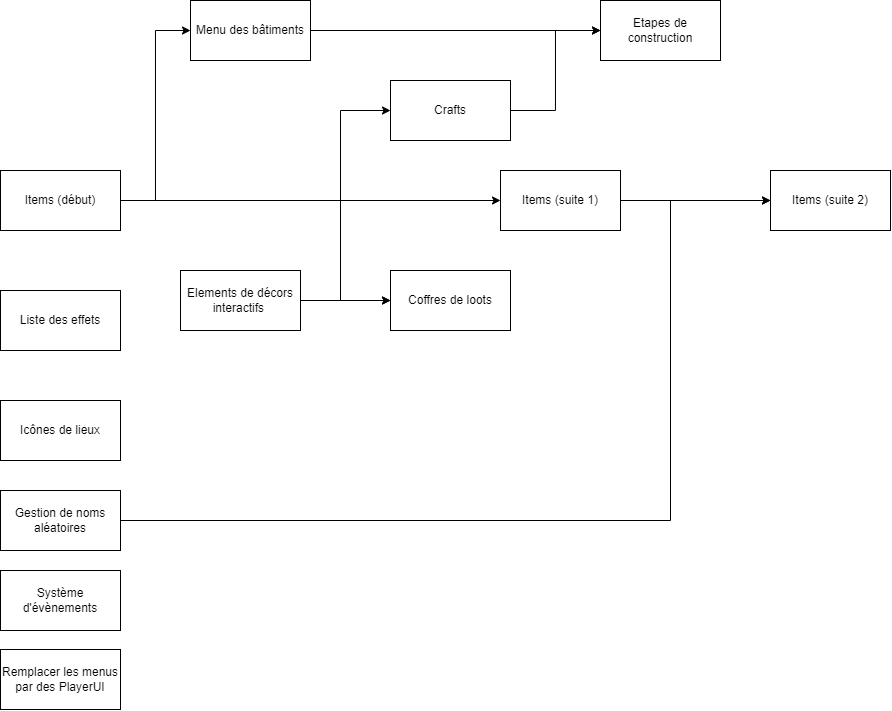
Before: todo_graph.png, a diagram exported from draw.io (Alexiscomete/A-Discord-Adventure). Source tidied: cells renumbered, new cells last; positions are measured from the earlier drawing's top-left corner, leaving out a move shared by most shapes. Source of this version:
```xml
<mxGraphModel>
  <root>
    <mxCell id="0" />
    <mxCell id="1" parent="0" />
    <mxCell id="2" style="edgeStyle=orthogonalEdgeStyle;rounded=0;jettySize=auto;html=1;exitX=1;exitY=0.5;exitDx=0;exitDy=0;entryX=0;entryY=0.5;entryDx=0;entryDy=0;" parent="1" edge="1" source="3" target="19">
      <mxGeometry relative="1" as="geometry" />
    </mxCell>
    <mxCell id="3" value="Menu des bâtiments" style="whiteSpace=wrap;html=1;" parent="1" vertex="1">
      <mxGeometry x="190" width="120" height="60" as="geometry" />
    </mxCell>
    <mxCell id="4" style="edgeStyle=orthogonalEdgeStyle;rounded=0;jettySize=auto;html=1;exitX=1;exitY=0.5;exitDx=0;exitDy=0;entryX=0;entryY=0.5;entryDx=0;entryDy=0;" parent="1" edge="1" source="8" target="3">
      <mxGeometry relative="1" as="geometry" />
    </mxCell>
    <mxCell id="5" style="edgeStyle=orthogonalEdgeStyle;rounded=0;jettySize=auto;html=1;exitX=1;exitY=0.5;exitDx=0;exitDy=0;entryX=0;entryY=0.5;entryDx=0;entryDy=0;" parent="1" edge="1" source="8" target="12">
      <mxGeometry relative="1" as="geometry">
        <Array as="points">
          <mxPoint x="340" y="200" />
          <mxPoint x="340" y="300" />
        </Array>
      </mxGeometry>
    </mxCell>
    <mxCell id="6" style="edgeStyle=orthogonalEdgeStyle;rounded=0;jettySize=auto;html=1;exitX=1;exitY=0.5;exitDx=0;exitDy=0;" parent="1" edge="1" source="8" target="14">
      <mxGeometry relative="1" as="geometry" />
    </mxCell>
    <mxCell id="7" style="edgeStyle=orthogonalEdgeStyle;rounded=0;jettySize=auto;html=1;exitX=1;exitY=0.5;exitDx=0;exitDy=0;entryX=0;entryY=0.5;entryDx=0;entryDy=0;" parent="1" edge="1" source="8" target="18">
      <mxGeometry relative="1" as="geometry">
        <Array as="points">
          <mxPoint x="340" y="200" />
          <mxPoint x="340" y="110" />
        </Array>
      </mxGeometry>
    </mxCell>
    <mxCell id="8" value="Items (début)" style="whiteSpace=wrap;html=1;" parent="1" vertex="1">
      <mxGeometry y="170" width="120" height="60" as="geometry" />
    </mxCell>
    <mxCell id="9" value="Icônes de lieux" style="whiteSpace=wrap;html=1;" parent="1" vertex="1">
      <mxGeometry y="400" width="120" height="60" as="geometry" />
    </mxCell>
    <mxCell id="10" style="edgeStyle=orthogonalEdgeStyle;rounded=0;jettySize=auto;html=1;exitX=1;exitY=0.5;exitDx=0;exitDy=0;" parent="1" edge="1" source="11" target="12">
      <mxGeometry relative="1" as="geometry" />
    </mxCell>
    <mxCell id="11" value="Elements de décors interactifs&amp;nbsp;" style="whiteSpace=wrap;html=1;" parent="1" vertex="1">
      <mxGeometry x="180" y="270" width="120" height="60" as="geometry" />
    </mxCell>
    <mxCell id="12" value="Coffres de loots" style="whiteSpace=wrap;html=1;" parent="1" vertex="1">
      <mxGeometry x="390" y="270" width="120" height="60" as="geometry" />
    </mxCell>
    <mxCell id="13" style="edgeStyle=orthogonalEdgeStyle;rounded=0;jettySize=auto;html=1;exitX=1;exitY=0.5;exitDx=0;exitDy=0;" parent="1" edge="1" source="14" target="22">
      <mxGeometry relative="1" as="geometry" />
    </mxCell>
    <mxCell id="14" value="Items (suite 1)" style="whiteSpace=wrap;html=1;" parent="1" vertex="1">
      <mxGeometry x="500" y="170" width="120" height="60" as="geometry" />
    </mxCell>
    <mxCell id="15" value="Liste des effets" style="whiteSpace=wrap;html=1;" parent="1" vertex="1">
      <mxGeometry y="290" width="120" height="60" as="geometry" />
    </mxCell>
    <mxCell id="16" value="Système d'évènements" style="whiteSpace=wrap;html=1;" parent="1" vertex="1">
      <mxGeometry y="570" width="120" height="60" as="geometry" />
    </mxCell>
    <mxCell id="17" style="edgeStyle=orthogonalEdgeStyle;rounded=0;jettySize=auto;html=1;exitX=1;exitY=0.5;exitDx=0;exitDy=0;entryX=0;entryY=0.5;entryDx=0;entryDy=0;" parent="1" edge="1" source="18" target="19">
      <mxGeometry relative="1" as="geometry" />
    </mxCell>
    <mxCell id="18" value="Crafts" style="whiteSpace=wrap;html=1;" parent="1" vertex="1">
      <mxGeometry x="390" y="80" width="120" height="60" as="geometry" />
    </mxCell>
    <mxCell id="19" value="Etapes de construction" style="whiteSpace=wrap;html=1;" parent="1" vertex="1">
      <mxGeometry x="600" width="120" height="60" as="geometry" />
    </mxCell>
    <mxCell id="20" style="edgeStyle=orthogonalEdgeStyle;rounded=0;jettySize=auto;html=1;exitX=1;exitY=0.5;exitDx=0;exitDy=0;entryX=0;entryY=0.5;entryDx=0;entryDy=0;" parent="1" edge="1" source="21" target="22">
      <mxGeometry relative="1" as="geometry">
        <Array as="points">
          <mxPoint x="670" y="520" />
          <mxPoint x="670" y="200" />
        </Array>
      </mxGeometry>
    </mxCell>
    <mxCell id="21" value="Gestion de noms aléatoires" style="whiteSpace=wrap;html=1;" parent="1" vertex="1">
      <mxGeometry y="490" width="120" height="60" as="geometry" />
    </mxCell>
    <mxCell id="22" value="Items (suite 2)" style="whiteSpace=wrap;html=1;" parent="1" vertex="1">
      <mxGeometry x="770" y="170" width="120" height="60" as="geometry" />
    </mxCell>
    <mxCell id="23" value="Remplacer les menus par des PlayerUI" style="whiteSpace=wrap;html=1;" parent="1" vertex="1">
      <mxGeometry y="649" width="120" height="60" as="geometry" />
    </mxCell>
  </root>
</mxGraphModel>
```
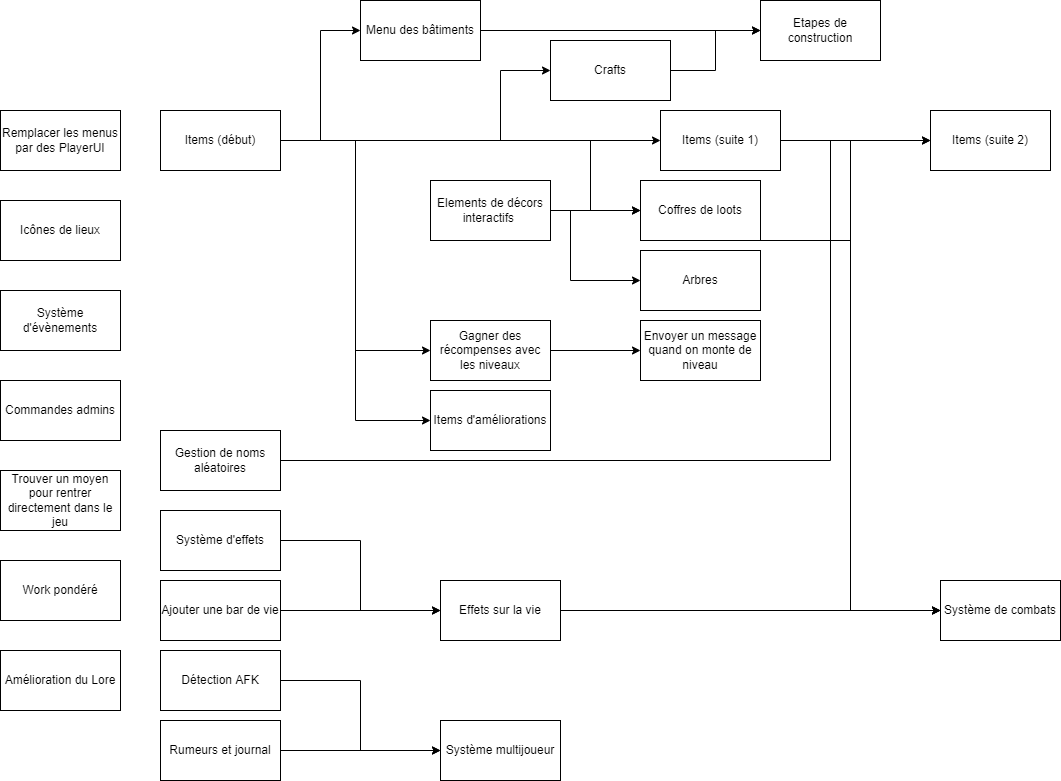
The same file after the commit.

Change to the diagram source:
```diff
@@ -6,7 +6,7 @@
       <mxGeometry relative="1" as="geometry" />
     </mxCell>
     <mxCell id="3" value="Menu des bâtiments" style="whiteSpace=wrap;html=1;" parent="1" vertex="1">
-      <mxGeometry x="190" width="120" height="60" as="geometry" />
+      <mxGeometry x="200" y="60" width="120" height="60" as="geometry" />
     </mxCell>
     <mxCell id="4" style="edgeStyle=orthogonalEdgeStyle;rounded=0;jettySize=auto;html=1;exitX=1;exitY=0.5;exitDx=0;exitDy=0;entryX=0;entryY=0.5;entryDx=0;entryDy=0;" parent="1" edge="1" source="8" target="3">
       <mxGeometry relative="1" as="geometry" />
@@ -14,8 +14,8 @@
     <mxCell id="5" style="edgeStyle=orthogonalEdgeStyle;rounded=0;jettySize=auto;html=1;exitX=1;exitY=0.5;exitDx=0;exitDy=0;entryX=0;entryY=0.5;entryDx=0;entryDy=0;" parent="1" edge="1" source="8" target="12">
       <mxGeometry relative="1" as="geometry">
         <Array as="points">
-          <mxPoint x="340" y="200" />
-          <mxPoint x="340" y="300" />
+          <mxPoint x="430" y="200" />
+          <mxPoint x="430" y="270" />
         </Array>
       </mxGeometry>
     </mxCell>
@@ -26,45 +26,79 @@
       <mxGeometry relative="1" as="geometry">
         <Array as="points">
           <mxPoint x="340" y="200" />
-          <mxPoint x="340" y="110" />
+          <mxPoint x="340" y="130" />
         </Array>
       </mxGeometry>
     </mxCell>
+    <mxCell id="24" style="edgeStyle=orthogonalEdgeStyle;rounded=0;jettySize=auto;html=1;exitX=1;exitY=0.5;exitDx=0;exitDy=0;entryX=0;entryY=0.5;entryDx=0;entryDy=0;" parent="1" edge="1" source="8" target="35">
+      <mxGeometry relative="1" as="geometry" />
+    </mxCell>
+    <mxCell id="25" style="edgeStyle=orthogonalEdgeStyle;rounded=0;jettySize=auto;html=1;exitX=1;exitY=0.5;exitDx=0;exitDy=0;entryX=0;entryY=0.5;entryDx=0;entryDy=0;" parent="1" edge="1" source="8" target="40">
+      <mxGeometry relative="1" as="geometry" />
+    </mxCell>
     <mxCell id="8" value="Items (début)" style="whiteSpace=wrap;html=1;" parent="1" vertex="1">
       <mxGeometry y="170" width="120" height="60" as="geometry" />
     </mxCell>
     <mxCell id="9" value="Icônes de lieux" style="whiteSpace=wrap;html=1;" parent="1" vertex="1">
-      <mxGeometry y="400" width="120" height="60" as="geometry" />
+      <mxGeometry x="-160" y="260" width="120" height="60" as="geometry" />
     </mxCell>
     <mxCell id="10" style="edgeStyle=orthogonalEdgeStyle;rounded=0;jettySize=auto;html=1;exitX=1;exitY=0.5;exitDx=0;exitDy=0;" parent="1" edge="1" source="11" target="12">
       <mxGeometry relative="1" as="geometry" />
     </mxCell>
+    <mxCell id="26" style="edgeStyle=orthogonalEdgeStyle;rounded=0;jettySize=auto;html=1;exitX=1;exitY=0.5;exitDx=0;exitDy=0;entryX=0;entryY=0.5;entryDx=0;entryDy=0;" parent="1" edge="1" source="11" target="46">
+      <mxGeometry relative="1" as="geometry">
+        <Array as="points">
+          <mxPoint x="410" y="270" />
+          <mxPoint x="410" y="340" />
+        </Array>
+      </mxGeometry>
+    </mxCell>
     <mxCell id="11" value="Elements de décors interactifs&amp;nbsp;" style="whiteSpace=wrap;html=1;" parent="1" vertex="1">
-      <mxGeometry x="180" y="270" width="120" height="60" as="geometry" />
+      <mxGeometry x="270" y="240" width="120" height="60" as="geometry" />
     </mxCell>
+    <mxCell id="27" style="edgeStyle=orthogonalEdgeStyle;rounded=0;jettySize=auto;html=1;exitX=1;exitY=0.5;exitDx=0;exitDy=0;entryX=0;entryY=0.5;entryDx=0;entryDy=0;" parent="1" edge="1" source="12" target="39">
+      <mxGeometry relative="1" as="geometry">
+        <Array as="points">
+          <mxPoint x="600" y="300" />
+          <mxPoint x="690" y="300" />
+          <mxPoint x="690" y="670" />
+        </Array>
+      </mxGeometry>
+    </mxCell>
     <mxCell id="12" value="Coffres de loots" style="whiteSpace=wrap;html=1;" parent="1" vertex="1">
-      <mxGeometry x="390" y="270" width="120" height="60" as="geometry" />
+      <mxGeometry x="480" y="240" width="120" height="60" as="geometry" />
     </mxCell>
     <mxCell id="13" style="edgeStyle=orthogonalEdgeStyle;rounded=0;jettySize=auto;html=1;exitX=1;exitY=0.5;exitDx=0;exitDy=0;" parent="1" edge="1" source="14" target="22">
       <mxGeometry relative="1" as="geometry" />
     </mxCell>
+    <mxCell id="28" style="edgeStyle=orthogonalEdgeStyle;rounded=0;jettySize=auto;html=1;exitX=1;exitY=0.5;exitDx=0;exitDy=0;entryX=0;entryY=0.5;entryDx=0;entryDy=0;" parent="1" edge="1" source="14" target="39">
+      <mxGeometry relative="1" as="geometry">
+        <Array as="points">
+          <mxPoint x="690" y="200" />
+          <mxPoint x="690" y="670" />
+        </Array>
+      </mxGeometry>
+    </mxCell>
     <mxCell id="14" value="Items (suite 1)" style="whiteSpace=wrap;html=1;" parent="1" vertex="1">
       <mxGeometry x="500" y="170" width="120" height="60" as="geometry" />
     </mxCell>
+    <mxCell id="29" style="edgeStyle=orthogonalEdgeStyle;rounded=0;jettySize=auto;html=1;exitX=1;exitY=0.5;exitDx=0;exitDy=0;entryX=0;entryY=0.5;entryDx=0;entryDy=0;" parent="1" edge="1" source="15" target="33">
+      <mxGeometry relative="1" as="geometry" />
+    </mxCell>
-    <mxCell id="15" value="Liste des effets" style="whiteSpace=wrap;html=1;" parent="1" vertex="1">
-      <mxGeometry y="290" width="120" height="60" as="geometry" />
+    <mxCell id="15" value="Système d'effets" style="whiteSpace=wrap;html=1;" parent="1" vertex="1">
+      <mxGeometry y="570" width="120" height="60" as="geometry" />
     </mxCell>
     <mxCell id="16" value="Système d'évènements" style="whiteSpace=wrap;html=1;" parent="1" vertex="1">
-      <mxGeometry y="570" width="120" height="60" as="geometry" />
+      <mxGeometry x="-160" y="350" width="120" height="60" as="geometry" />
     </mxCell>
     <mxCell id="17" style="edgeStyle=orthogonalEdgeStyle;rounded=0;jettySize=auto;html=1;exitX=1;exitY=0.5;exitDx=0;exitDy=0;entryX=0;entryY=0.5;entryDx=0;entryDy=0;" parent="1" edge="1" source="18" target="19">
       <mxGeometry relative="1" as="geometry" />
     </mxCell>
     <mxCell id="18" value="Crafts" style="whiteSpace=wrap;html=1;" parent="1" vertex="1">
-      <mxGeometry x="390" y="80" width="120" height="60" as="geometry" />
+      <mxGeometry x="390" y="100" width="120" height="60" as="geometry" />
     </mxCell>
     <mxCell id="19" value="Etapes de construction" style="whiteSpace=wrap;html=1;" parent="1" vertex="1">
-      <mxGeometry x="600" width="120" height="60" as="geometry" />
+      <mxGeometry x="600" y="60" width="120" height="60" as="geometry" />
     </mxCell>
     <mxCell id="20" style="edgeStyle=orthogonalEdgeStyle;rounded=0;jettySize=auto;html=1;exitX=1;exitY=0.5;exitDx=0;exitDy=0;entryX=0;entryY=0.5;entryDx=0;entryDy=0;" parent="1" edge="1" source="21" target="22">
       <mxGeometry relative="1" as="geometry">
@@ -81,7 +115,64 @@
       <mxGeometry x="770" y="170" width="120" height="60" as="geometry" />
     </mxCell>
     <mxCell id="23" value="Remplacer les menus par des PlayerUI" style="whiteSpace=wrap;html=1;" parent="1" vertex="1">
-      <mxGeometry y="649" width="120" height="60" as="geometry" />
+      <mxGeometry x="-160" y="170" width="120" height="60" as="geometry" />
     </mxCell>
+    <mxCell id="30" style="edgeStyle=orthogonalEdgeStyle;rounded=0;jettySize=auto;html=1;exitX=1;exitY=0.5;exitDx=0;exitDy=0;entryX=0;entryY=0.5;entryDx=0;entryDy=0;" parent="1" edge="1" source="31" target="33">
+      <mxGeometry relative="1" as="geometry" />
+    </mxCell>
+    <mxCell id="31" value="Ajouter une bar de vie" style="whiteSpace=wrap;html=1;" parent="1" vertex="1">
+      <mxGeometry y="640" width="120" height="60" as="geometry" />
+    </mxCell>
+    <mxCell id="32" style="edgeStyle=orthogonalEdgeStyle;rounded=0;jettySize=auto;html=1;exitX=1;exitY=0.5;exitDx=0;exitDy=0;entryX=0;entryY=0.5;entryDx=0;entryDy=0;" parent="1" edge="1" source="33" target="39">
+      <mxGeometry relative="1" as="geometry" />
+    </mxCell>
+    <mxCell id="33" value="Effets sur la vie" style="whiteSpace=wrap;html=1;" parent="1" vertex="1">
+      <mxGeometry x="280" y="640" width="120" height="60" as="geometry" />
+    </mxCell>
+    <mxCell id="34" style="edgeStyle=orthogonalEdgeStyle;rounded=0;jettySize=auto;html=1;exitX=1;exitY=0.5;exitDx=0;exitDy=0;entryX=0;entryY=0.5;entryDx=0;entryDy=0;" parent="1" edge="1" source="35" target="36">
+      <mxGeometry relative="1" as="geometry" />
+    </mxCell>
+    <mxCell id="35" value="Gagner des récompenses avec les niveaux" style="whiteSpace=wrap;html=1;" parent="1" vertex="1">
+      <mxGeometry x="270" y="380" width="120" height="60" as="geometry" />
+    </mxCell>
+    <mxCell id="36" value="Envoyer un message quand on monte de niveau" style="whiteSpace=wrap;html=1;" parent="1" vertex="1">
+      <mxGeometry x="480" y="380" width="120" height="60" as="geometry" />
+    </mxCell>
+    <mxCell id="37" value="Commandes admins" style="whiteSpace=wrap;html=1;" parent="1" vertex="1">
+      <mxGeometry x="-160" y="440" width="120" height="60" as="geometry" />
+    </mxCell>
+    <mxCell id="38" value="Trouver un moyen pour rentrer directement dans le jeu" style="whiteSpace=wrap;html=1;" parent="1" vertex="1">
+      <mxGeometry x="-160" y="530" width="120" height="60" as="geometry" />
+    </mxCell>
+    <mxCell id="39" value="Système de combats" style="whiteSpace=wrap;html=1;" parent="1" vertex="1">
+      <mxGeometry x="780" y="640" width="120" height="60" as="geometry" />
+    </mxCell>
+    <mxCell id="40" value="Items d'améliorations" style="whiteSpace=wrap;html=1;" parent="1" vertex="1">
+      <mxGeometry x="270" y="450" width="120" height="60" as="geometry" />
+    </mxCell>
+    <mxCell id="41" style="edgeStyle=orthogonalEdgeStyle;rounded=0;jettySize=auto;html=1;exitX=1;exitY=0.5;exitDx=0;exitDy=0;entryX=0;entryY=0.5;entryDx=0;entryDy=0;" parent="1" edge="1" source="42" target="45">
+      <mxGeometry relative="1" as="geometry" />
+    </mxCell>
+    <mxCell id="42" value="Détection AFK" style="whiteSpace=wrap;html=1;" parent="1" vertex="1">
+      <mxGeometry y="710" width="120" height="60" as="geometry" />
+    </mxCell>
+    <mxCell id="43" style="edgeStyle=orthogonalEdgeStyle;rounded=0;jettySize=auto;html=1;exitX=1;exitY=0.5;exitDx=0;exitDy=0;entryX=0;entryY=0.5;entryDx=0;entryDy=0;" parent="1" edge="1" source="44" target="45">
+      <mxGeometry relative="1" as="geometry" />
+    </mxCell>
+    <mxCell id="44" value="Rumeurs et journal" style="whiteSpace=wrap;html=1;" parent="1" vertex="1">
+      <mxGeometry y="780" width="120" height="60" as="geometry" />
+    </mxCell>
+    <mxCell id="45" value="Système multijoueur" style="whiteSpace=wrap;html=1;" parent="1" vertex="1">
+      <mxGeometry x="280" y="780" width="120" height="60" as="geometry" />
+    </mxCell>
+    <mxCell id="46" value="Arbres" style="whiteSpace=wrap;html=1;" parent="1" vertex="1">
+      <mxGeometry x="480" y="310" width="120" height="60" as="geometry" />
+    </mxCell>
+    <mxCell id="47" value="Work pondéré" style="whiteSpace=wrap;html=1;" parent="1" vertex="1">
+      <mxGeometry x="-160" y="620" width="120" height="60" as="geometry" />
+    </mxCell>
+    <mxCell id="48" value="Amélioration du Lore" style="whiteSpace=wrap;html=1;" parent="1" vertex="1">
+      <mxGeometry x="-160" y="710" width="120" height="60" as="geometry" />
+    </mxCell>
   </root>
 </mxGraphModel>
```
